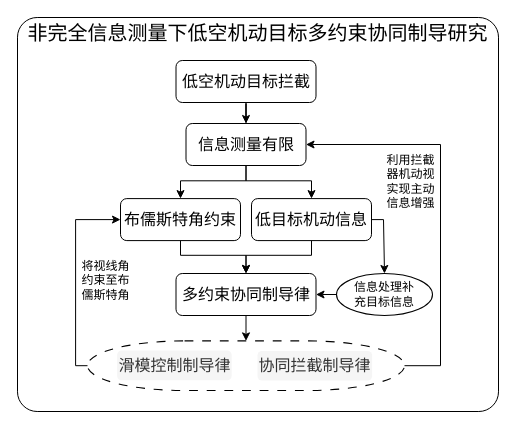
Earlier version of the draw.io diagram 大论文框架.drawio (master-fency/plot). Source tidied: cells renumbered, new cells numbered last; positions are measured from the earlier drawing's top-left corner, leaving out a move shared by most shapes. Both pictures are drawn from the tidied source at 100%, with x=0, y=0 at pixel (17, 17).
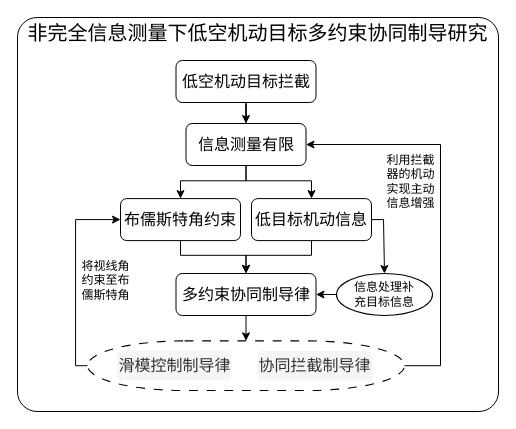
The same page after the edit.

Commit message:
更新大论文框架.drawio

Unchanged cells that the change refers to:
```xml
<mxCell id="22" style="edgeStyle=orthogonalEdgeStyle;rounded=0;jettySize=auto;html=1;exitX=0;exitY=0.5;exitDx=0;exitDy=0;exitPerimeter=0;entryX=0;entryY=0.5;entryDx=0;entryDy=0;fontFamily=Helvetica;fontSize=12;fontColor=default;" parent="3" edge="1" source="18" target="10">
  <mxGeometry relative="1" as="geometry">
    <Array as="points">
      <mxPoint y="305.2" />
      <mxPoint y="159.1" />
    </Array>
  </mxGeometry>
</mxCell>
```

Change to the diagram source:
```diff
@@
-    <mxCell id="24" value="&lt;font&gt;利用拦截&lt;/font&gt;&lt;div&gt;&lt;font&gt;器机动视&lt;/font&gt;&lt;/div&gt;&lt;div&gt;&lt;font&gt;实现&lt;/font&gt;&lt;span style=&quot;background-color: light-dark(#ffffff, var(--ge-dark-color, #121212)); color: light-dark(rgb(0, 0, 0), rgb(255, 255, 255));&quot;&gt;主动&lt;/span&gt;&lt;/div&gt;&lt;div&gt;&lt;span style=&quot;background-color: light-dark(#ffffff, var(--ge-dark-color, #121212)); color: light-dark(rgb(0, 0, 0), rgb(255, 255, 255));&quot;&gt;信&lt;/span&gt;&lt;span style=&quot;background-color: light-dark(#ffffff, var(--ge-dark-color, #121212)); color: light-dark(rgb(0, 0, 0), rgb(255, 255, 255));&quot;&gt;息增强&lt;/span&gt;&lt;/div&gt;" style="edgeLabel;html=1;align=center;verticalAlign=middle;fontFamily=Helvetica;fontSize=12;fontColor=default;" parent="22" vertex="1">
+    <mxCell id="24" value="&lt;font&gt;利用拦截&lt;/font&gt;&lt;div&gt;&lt;font&gt;器的机动&lt;/font&gt;&lt;/div&gt;&lt;div&gt;&lt;font&gt;实现&lt;/font&gt;&lt;span style=&quot;background-color: light-dark(#ffffff, var(--ge-dark-color, #121212)); color: light-dark(rgb(0, 0, 0), rgb(255, 255, 255));&quot;&gt;主动&lt;/span&gt;&lt;/div&gt;&lt;div&gt;&lt;span style=&quot;background-color: light-dark(#ffffff, var(--ge-dark-color, #121212)); color: light-dark(rgb(0, 0, 0), rgb(255, 255, 255));&quot;&gt;信&lt;/span&gt;&lt;span style=&quot;background-color: light-dark(#ffffff, var(--ge-dark-color, #121212)); color: light-dark(rgb(0, 0, 0), rgb(255, 255, 255));&quot;&gt;息增强&lt;/span&gt;&lt;/div&gt;" style="edgeLabel;html=1;align=center;verticalAlign=middle;fontFamily=Helvetica;fontSize=12;fontColor=default;" parent="22" vertex="1">
       <mxGeometry x="-0.01" y="-2" relative="1" as="geometry">
         <mxPoint x="332" y="-97" as="offset" />
       </mxGeometry>
     </mxCell>
```
